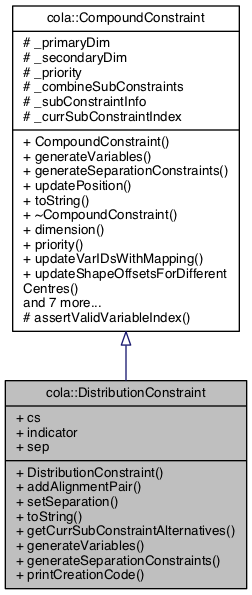
This is documentation/classcola_1_1DistributionConstraint__coll__graph.png from mjwybrow/adaptagrams, a Graphviz export, as it was before one commit. Its source is kept beside it as documentation/classcola_1_1DistributionConstraint__coll__graph.dot.
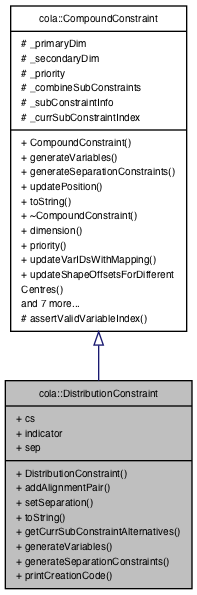
The same diagram one commit later.

What changed in the source:
```diff
@@ -2,7 +2,7 @@
 {
   edge [fontname="Helvetica",fontsize="10",labelfontname="Helvetica",labelfontsize="10"];
   node [fontname="Helvetica",fontsize="10",shape=record];
-  Node1 [label="{cola::DistributionConstraint\n|+ cs\l+ indicator\l+ sep\l|+ DistributionConstraint()\l+ addAlignmentPair()\l+ setSeparation()\l+ toString()\l+ getCurrSubConstraintAlternatives()\l+ generateVariables()\l+ generateSeparationConstraints()\l+ printCreationCode()\l}",height=0.2,width=0.4,color="black", fillcolor="grey75", style="filled", fontcolor="black"];
-  Node2 -> Node1 [dir="back",color="midnightblue",fontsize="10",style="solid",arrowtail="onormal",fontname="Helvetica"];
-  Node2 [label="{cola::CompoundConstraint\n|# _primaryDim\l# _secondaryDim\l# _priority\l# _combineSubConstraints\l# _subConstraintInfo\l# _currSubConstraintIndex\l|+ CompoundConstraint()\l+ generateVariables()\l+ generateSeparationConstraints()\l+ updatePosition()\l+ toString()\l+ ~CompoundConstraint()\l+ dimension()\l+ priority()\l+ updateVarIDsWithMapping()\l+ updateShapeOffsetsForDifferent\lCentres()\land 7 more...\l# assertValidVariableIndex()\l}",height=0.2,width=0.4,color="black", fillcolor="white", style="filled",URL="$classcola_1_1CompoundConstraint.html",tooltip="An abstract base class for all high-level compound constraints. "];
+  Node2 [label="{cola::DistributionConstraint\n|+ cs\l+ indicator\l+ sep\l|+ DistributionConstraint()\l+ addAlignmentPair()\l+ setSeparation()\l+ toString()\l+ getCurrSubConstraintAlternatives()\l+ generateVariables()\l+ generateSeparationConstraints()\l+ printCreationCode()\l}",height=0.2,width=0.4,color="black", fillcolor="grey75", style="filled", fontcolor="black"];
+  Node3 -> Node2 [dir="back",color="midnightblue",fontsize="10",style="solid",arrowtail="onormal",fontname="Helvetica"];
+  Node3 [label="{cola::CompoundConstraint\n|# _primaryDim\l# _secondaryDim\l# _priority\l# _combineSubConstraints\l# _subConstraintInfo\l# _currSubConstraintIndex\l|+ CompoundConstraint()\l+ generateVariables()\l+ generateSeparationConstraints()\l+ updatePosition()\l+ toString()\l+ ~CompoundConstraint()\l+ dimension()\l+ priority()\l+ updateVarIDsWithMapping()\l+ updateShapeOffsetsForDifferent\lCentres()\land 7 more...\l# assertValidVariableIndex()\l}",height=0.2,width=0.4,color="black", fillcolor="white", style="filled",URL="$classcola_1_1CompoundConstraint.html",tooltip="An abstract base class for all high-level compound constraints. "];
 }
```
